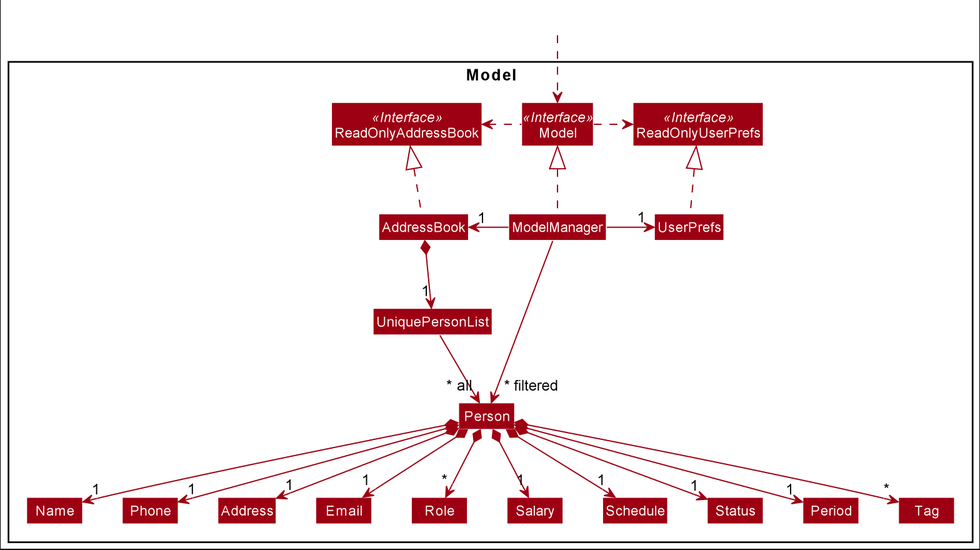
This is docs/images/ModelClassDiagram.png from nus-cs2103-AY2122S1/tp, a PlantUML export, as it was before one commit. Its source is kept beside it as docs/diagrams/ModelClassDiagram.puml.
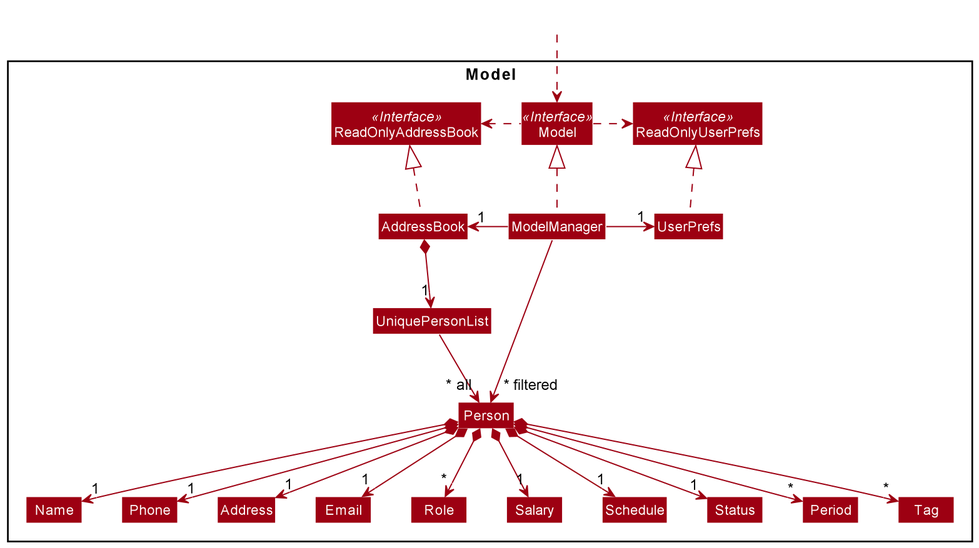
After the commit.

Commit message:
Fixed multiplicity for Period field

Diff of the diagram source:
```diff
@@ -52,7 +52,7 @@
 Person *--> "1" Status
 Person *--> "1" Salary
 Person *--> "1" Address
-Person *--> "1" Period
+Person *--> "*" Period
 Person *--> "*" Tag
 Person *--> "*" Role
 
```
